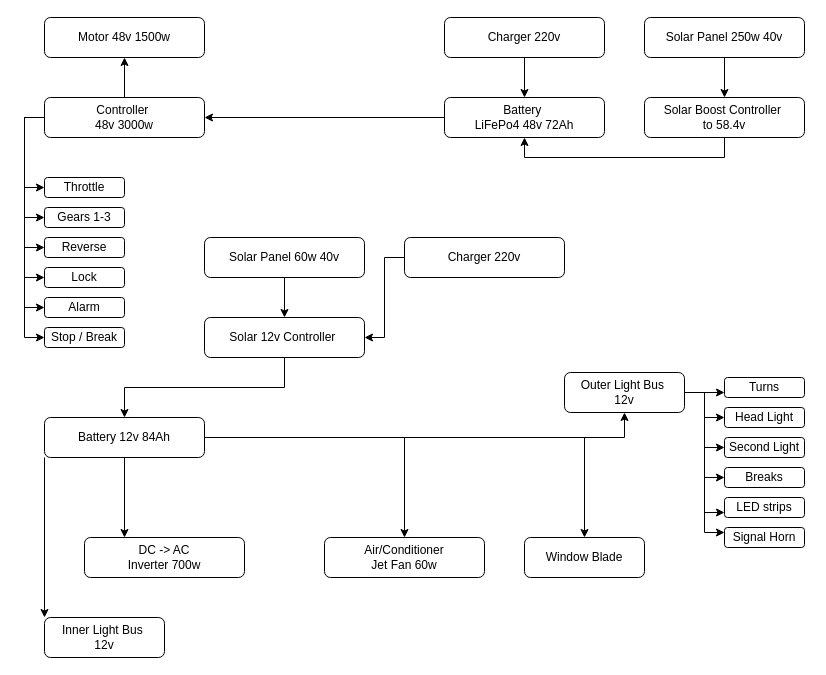
Before: ev-controller-scheme.drawio in diviatrix/electric-vehicle-schemes, a draw.io diagram. Source tidied: cells renumbered, new cells numbered last; positions are measured from the earlier drawing's top-left corner, leaving out a move shared by most shapes. Both pictures are drawn from the tidied source at 100%, with x=0, y=0 at pixel (44, 17).
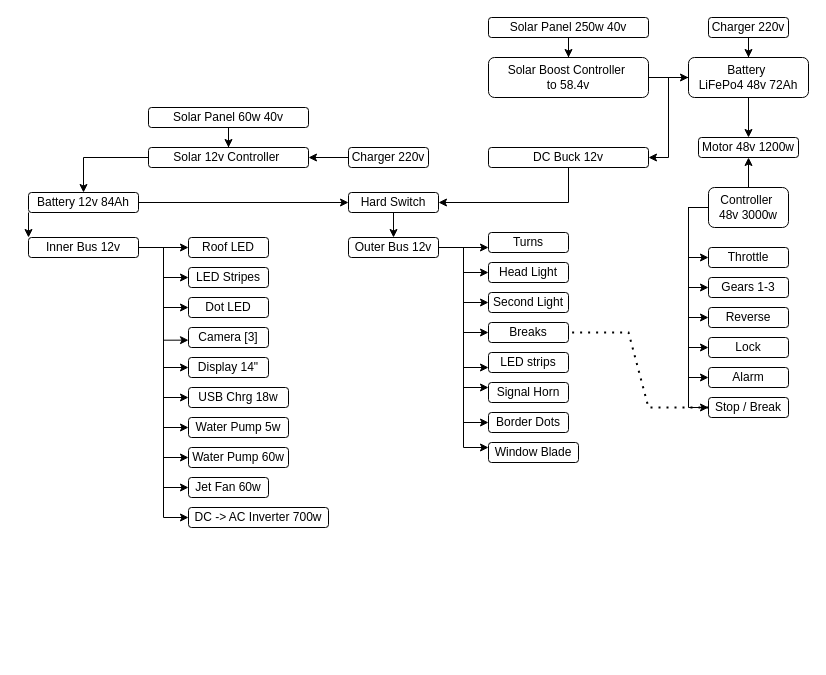
The same diagram, later.

The edit, as a diff of the source:
```diff
@@
-    <mxCell id="2" style="edgeStyle=orthogonalEdgeStyle;rounded=0;jettySize=auto;html=1;entryX=1;entryY=0.5;entryDx=0;entryDy=0;" parent="1" edge="1" source="3" target="11">
-      <mxGeometry relative="1" as="geometry" />
-    </mxCell>
+    <mxCell id="54" style="edgeStyle=orthogonalEdgeStyle;rounded=0;jettySize=auto;html=1;entryX=0.5;entryY=0;entryDx=0;entryDy=0;" parent="1" edge="1" source="3" target="39">
+      <mxGeometry relative="1" as="geometry" />
+    </mxCell>
+    <mxCell id="55" style="edgeStyle=orthogonalEdgeStyle;rounded=0;jettySize=auto;html=1;entryX=1;entryY=0.5;entryDx=0;entryDy=0;" parent="1" edge="1" source="3" target="80">
+      <mxGeometry relative="1" as="geometry" />
+    </mxCell>
     <mxCell id="3" value="&lt;div&gt;Battery&amp;nbsp;&lt;/div&gt;&lt;div&gt;&lt;span style=&quot;background-color: transparent; color: light-dark(rgb(0, 0, 0), rgb(255, 255, 255));&quot;&gt;LiFePo4 48v&amp;nbsp;&lt;/span&gt;&lt;span style=&quot;background-color: transparent; color: light-dark(rgb(0, 0, 0), rgb(255, 255, 255));&quot;&gt;72Ah&lt;/span&gt;&lt;/div&gt;" style="rounded=1;whiteSpace=wrap;html=1;" parent="1" vertex="1">
-      <mxGeometry x="400" y="80" width="160" height="40" as="geometry" />
+      <mxGeometry x="644" y="40" width="120" height="40" as="geometry" />
     </mxCell>
-    <mxCell id="4" style="edgeStyle=orthogonalEdgeStyle;rounded=0;jettySize=auto;html=1;exitX=0.5;exitY=0;exitDx=0;exitDy=0;entryX=0.5;entryY=1;entryDx=0;entryDy=0;" parent="1" edge="1" source="11" target="39">
-      <mxGeometry relative="1" as="geometry" />
-    </mxCell>
@@
+    <mxCell id="4" style="edgeStyle=orthogonalEdgeStyle;rounded=0;jettySize=auto;html=1;entryX=0.5;entryY=1;entryDx=0;entryDy=0;" parent="1" edge="1" source="11" target="39">
+      <mxGeometry relative="1" as="geometry" />
+    </mxCell>
     <mxCell id="11" value="&lt;div&gt;&lt;span style=&quot;background-color: transparent; color: light-dark(rgb(0, 0, 0), rgb(255, 255, 255));&quot;&gt;Controller&amp;nbsp;&lt;/span&gt;&lt;/div&gt;&lt;div&gt;&lt;span style=&quot;background-color: transparent; color: light-dark(rgb(0, 0, 0), rgb(255, 255, 255));&quot;&gt;48v 3000w&lt;/span&gt;&lt;/div&gt;" style="rounded=1;whiteSpace=wrap;html=1;" parent="1" vertex="1">
-      <mxGeometry y="80" width="160" height="40" as="geometry" />
+      <mxGeometry x="664" y="170" width="80" height="40" as="geometry" />
     </mxCell>
-    <mxCell id="12" style="edgeStyle=orthogonalEdgeStyle;rounded=0;jettySize=auto;html=1;exitX=1;exitY=0.5;exitDx=0;exitDy=0;" parent="1" edge="1" source="17" target="19">
-      <mxGeometry relative="1" as="geometry" />
-    </mxCell>
-    <mxCell id="13" style="edgeStyle=orthogonalEdgeStyle;rounded=0;jettySize=auto;html=1;exitX=1;exitY=0.5;exitDx=0;exitDy=0;" parent="1" edge="1" source="17" target="28">
-      <mxGeometry relative="1" as="geometry" />
-    </mxCell>
-    <mxCell id="14" style="edgeStyle=orthogonalEdgeStyle;rounded=0;jettySize=auto;html=1;exitX=0.5;exitY=1;exitDx=0;exitDy=0;entryX=0.25;entryY=0;entryDx=0;entryDy=0;" parent="1" edge="1" source="17" target="18">
-      <mxGeometry relative="1" as="geometry" />
-    </mxCell>
@@
-    <mxCell id="16" style="edgeStyle=orthogonalEdgeStyle;rounded=0;jettySize=auto;html=1;entryX=0.5;entryY=1;entryDx=0;entryDy=0;" parent="1" edge="1" source="17" target="26">
-      <mxGeometry relative="1" as="geometry" />
-    </mxCell>
+    <mxCell id="56" style="edgeStyle=orthogonalEdgeStyle;rounded=0;jettySize=auto;html=1;" parent="1" edge="1" source="82" target="26">
+      <mxGeometry relative="1" as="geometry" />
+    </mxCell>
     <mxCell id="17" value="&lt;div&gt;Battery&amp;nbsp;&lt;span style=&quot;background-color: transparent; color: light-dark(rgb(0, 0, 0), rgb(255, 255, 255));&quot;&gt;12v 84&lt;/span&gt;&lt;span style=&quot;background-color: transparent; color: light-dark(rgb(0, 0, 0), rgb(255, 255, 255));&quot;&gt;Ah&lt;/span&gt;&lt;/div&gt;" style="rounded=1;whiteSpace=wrap;html=1;" parent="1" vertex="1">
-      <mxGeometry y="400" width="160" height="40" as="geometry" />
+      <mxGeometry x="-16" y="175" width="110" height="20" as="geometry" />
     </mxCell>
-    <mxCell id="18" value="DC -&amp;gt; AC&lt;div&gt;Inverter 700w&lt;/div&gt;" style="rounded=1;whiteSpace=wrap;html=1;" parent="1" vertex="1">
-      <mxGeometry x="40" y="520" width="160" height="40" as="geometry" />
+    <mxCell id="18" value="DC -&amp;gt; AC&amp;nbsp;&lt;span style=&quot;background-color: transparent; color: light-dark(rgb(0, 0, 0), rgb(255, 255, 255));&quot;&gt;Inverter 700w&lt;/span&gt;" style="rounded=1;whiteSpace=wrap;html=1;" parent="1" vertex="1">
+      <mxGeometry x="144" y="490" width="140" height="20" as="geometry" />
     </mxCell>
-    <mxCell id="19" value="Air/Conditioner&lt;div&gt;Jet Fan 60w&lt;/div&gt;" style="rounded=1;whiteSpace=wrap;html=1;" parent="1" vertex="1">
-      <mxGeometry x="280" y="520" width="160" height="40" as="geometry" />
+    <mxCell id="19" value="&lt;div&gt;Jet Fan 60w&lt;/div&gt;" style="rounded=1;whiteSpace=wrap;html=1;" parent="1" vertex="1">
+      <mxGeometry x="144" y="460" width="80" height="20" as="geometry" />
     </mxCell>
@@
+    <mxCell id="57" style="edgeStyle=orthogonalEdgeStyle;rounded=0;jettySize=auto;html=1;entryX=0;entryY=0.5;entryDx=0;entryDy=0;" parent="1" edge="1" source="26" target="74">
+      <mxGeometry relative="1" as="geometry" />
+    </mxCell>
+    <mxCell id="58" style="edgeStyle=orthogonalEdgeStyle;rounded=0;jettySize=auto;html=1;entryX=0;entryY=0.25;entryDx=0;entryDy=0;" parent="1" edge="1" source="26" target="28">
+      <mxGeometry relative="1" as="geometry" />
+    </mxCell>
-    <mxCell id="26" value="Outer Light Bus&amp;nbsp;&lt;div&gt;12v&lt;/div&gt;" style="rounded=1;whiteSpace=wrap;html=1;" parent="1" vertex="1">
-      <mxGeometry x="520" y="355" width="120" height="40" as="geometry" />
+    <mxCell id="26" value="Outer Bus&amp;nbsp;&lt;span style=&quot;background-color: transparent; color: light-dark(rgb(0, 0, 0), rgb(255, 255, 255));&quot;&gt;12v&lt;/span&gt;" style="rounded=1;whiteSpace=wrap;html=1;" parent="1" vertex="1">
+      <mxGeometry x="304" y="220" width="90" height="20" as="geometry" />
     </mxCell>
+    <mxCell id="59" style="edgeStyle=orthogonalEdgeStyle;rounded=0;jettySize=auto;html=1;entryX=0;entryY=0.5;entryDx=0;entryDy=0;" parent="1" edge="1" source="27" target="68">
+      <mxGeometry relative="1" as="geometry" />
+    </mxCell>
+    <mxCell id="60" style="edgeStyle=orthogonalEdgeStyle;rounded=0;jettySize=auto;html=1;entryX=0;entryY=0.5;entryDx=0;entryDy=0;" parent="1" edge="1" source="27" target="70">
+      <mxGeometry relative="1" as="geometry" />
+    </mxCell>
+    <mxCell id="61" style="edgeStyle=orthogonalEdgeStyle;rounded=0;jettySize=auto;html=1;entryX=0;entryY=0.5;entryDx=0;entryDy=0;" parent="1" edge="1" source="27" target="72">
+      <mxGeometry relative="1" as="geometry" />
+    </mxCell>
+    <mxCell id="62" style="edgeStyle=orthogonalEdgeStyle;rounded=0;jettySize=auto;html=1;entryX=0;entryY=0.5;entryDx=0;entryDy=0;" parent="1" edge="1" source="27" target="73">
+      <mxGeometry relative="1" as="geometry" />
+    </mxCell>
+    <mxCell id="63" style="edgeStyle=orthogonalEdgeStyle;rounded=0;jettySize=auto;html=1;entryX=0;entryY=0.5;entryDx=0;entryDy=0;" parent="1" edge="1" source="27" target="76">
+      <mxGeometry relative="1" as="geometry" />
+    </mxCell>
+    <mxCell id="64" style="edgeStyle=orthogonalEdgeStyle;rounded=0;jettySize=auto;html=1;entryX=0;entryY=0.5;entryDx=0;entryDy=0;" parent="1" edge="1" source="27" target="77">
+      <mxGeometry relative="1" as="geometry" />
+    </mxCell>
+    <mxCell id="65" style="edgeStyle=orthogonalEdgeStyle;rounded=0;jettySize=auto;html=1;entryX=0;entryY=0.5;entryDx=0;entryDy=0;" parent="1" edge="1" source="27" target="18">
+      <mxGeometry relative="1" as="geometry" />
+    </mxCell>
+    <mxCell id="66" style="edgeStyle=orthogonalEdgeStyle;rounded=0;jettySize=auto;html=1;entryX=0;entryY=0.5;entryDx=0;entryDy=0;" parent="1" edge="1" source="27" target="19">
+      <mxGeometry relative="1" as="geometry" />
+    </mxCell>
+    <mxCell id="67" style="edgeStyle=orthogonalEdgeStyle;rounded=0;jettySize=auto;html=1;entryX=0;entryY=0.5;entryDx=0;entryDy=0;" parent="1" edge="1" source="27" target="69">
+      <mxGeometry relative="1" as="geometry" />
+    </mxCell>
-    <mxCell id="27" value="Inner Light Bus&amp;nbsp;&lt;div&gt;12v&lt;/div&gt;" style="rounded=1;whiteSpace=wrap;html=1;" parent="1" vertex="1">
-      <mxGeometry y="600" width="120" height="40" as="geometry" />
+    <mxCell id="27" value="Inner Bus&amp;nbsp;&lt;span style=&quot;background-color: transparent; color: light-dark(rgb(0, 0, 0), rgb(255, 255, 255));&quot;&gt;12v&lt;/span&gt;" style="rounded=1;whiteSpace=wrap;html=1;" parent="1" vertex="1">
+      <mxGeometry x="-16" y="220" width="110" height="20" as="geometry" />
     </mxCell>
     <mxCell id="28" value="Window Blade" style="rounded=1;whiteSpace=wrap;html=1;" parent="1" vertex="1">
-      <mxGeometry x="480" y="520" width="120" height="40" as="geometry" />
+      <mxGeometry x="444" y="425" width="90" height="20" as="geometry" />
     </mxCell>
     <mxCell id="29" value="Signal Horn" style="rounded=1;whiteSpace=wrap;html=1;" parent="1" vertex="1">
-      <mxGeometry x="680" y="510" width="80" height="20" as="geometry" />
+      <mxGeometry x="444" y="365" width="80" height="20" as="geometry" />
     </mxCell>
     <mxCell id="30" value="&lt;div&gt;Throttle&lt;/div&gt;" style="rounded=1;whiteSpace=wrap;html=1;" parent="1" vertex="1">
-      <mxGeometry y="160" width="80" height="20" as="geometry" />
+      <mxGeometry x="664" y="230" width="80" height="20" as="geometry" />
     </mxCell>
-    <mxCell id="31" style="edgeStyle=orthogonalEdgeStyle;rounded=0;jettySize=auto;html=1;exitX=0.5;exitY=1;exitDx=0;exitDy=0;entryX=0.5;entryY=0;entryDx=0;entryDy=0;" parent="1" edge="1" source="32" target="3">
+    <mxCell id="31" style="edgeStyle=orthogonalEdgeStyle;rounded=0;jettySize=auto;html=1;entryX=0.5;entryY=0;entryDx=0;entryDy=0;" parent="1" edge="1" source="32" target="3">
       <mxGeometry relative="1" as="geometry" />
     </mxCell>
     <mxCell id="32" value="&lt;div&gt;Charger 220v&lt;/div&gt;" style="rounded=1;whiteSpace=wrap;html=1;" parent="1" vertex="1">
-      <mxGeometry x="400" width="160" height="40" as="geometry" />
+      <mxGeometry x="664" width="80" height="20" as="geometry" />
     </mxCell>
     <mxCell id="33" value="Gears 1-3" style="rounded=1;whiteSpace=wrap;html=1;" parent="1" vertex="1">
-      <mxGeometry y="190" width="80" height="20" as="geometry" />
+      <mxGeometry x="664" y="260" width="80" height="20" as="geometry" />
     </mxCell>
     <mxCell id="34" value="&lt;div&gt;Reverse&lt;/div&gt;" style="rounded=1;whiteSpace=wrap;html=1;" parent="1" vertex="1">
-      <mxGeometry y="220" width="80" height="20" as="geometry" />
+      <mxGeometry x="664" y="290" width="80" height="20" as="geometry" />
     </mxCell>
@@
     <mxCell id="36" value="&lt;div&gt;Solar Panel 250w 40v&lt;/div&gt;" style="rounded=1;whiteSpace=wrap;html=1;" parent="1" vertex="1">
-      <mxGeometry x="600" width="160" height="40" as="geometry" />
+      <mxGeometry x="444" width="160" height="20" as="geometry" />
     </mxCell>
-    <mxCell id="37" style="edgeStyle=orthogonalEdgeStyle;rounded=0;jettySize=auto;html=1;entryX=0.5;entryY=1;entryDx=0;entryDy=0;exitX=0.5;exitY=1;exitDx=0;exitDy=0;" parent="1" edge="1" source="38" target="3">
+    <mxCell id="37" style="edgeStyle=orthogonalEdgeStyle;rounded=0;jettySize=auto;html=1;entryX=0;entryY=0.5;entryDx=0;entryDy=0;" parent="1" edge="1" source="38" target="3">
       <mxGeometry relative="1" as="geometry" />
     </mxCell>
     <mxCell id="38" value="&lt;div&gt;Solar Boost Controller&amp;nbsp;&lt;/div&gt;&lt;div&gt;to 58.4v&lt;/div&gt;" style="rounded=1;whiteSpace=wrap;html=1;" parent="1" vertex="1">
-      <mxGeometry x="600" y="80" width="160" height="40" as="geometry" />
+      <mxGeometry x="444" y="40" width="160" height="40" as="geometry" />
     </mxCell>
-    <mxCell id="39" value="&lt;div&gt;&lt;span style=&quot;background-color: transparent; color: light-dark(rgb(0, 0, 0), rgb(255, 255, 255));&quot;&gt;Motor 48v 1500&lt;/span&gt;&lt;span style=&quot;background-color: transparent; color: light-dark(rgb(0, 0, 0), rgb(255, 255, 255));&quot;&gt;w&lt;/span&gt;&lt;/div&gt;" style="rounded=1;whiteSpace=wrap;html=1;" parent="1" vertex="1">
-      <mxGeometry width="160" height="40" as="geometry" />
+    <mxCell id="39" value="&lt;div&gt;&lt;span style=&quot;background-color: transparent; color: light-dark(rgb(0, 0, 0), rgb(255, 255, 255));&quot;&gt;Motor 48v 1200&lt;/span&gt;&lt;span style=&quot;background-color: transparent; color: light-dark(rgb(0, 0, 0), rgb(255, 255, 255));&quot;&gt;w&lt;/span&gt;&lt;/div&gt;" style="rounded=1;whiteSpace=wrap;html=1;" parent="1" vertex="1">
+      <mxGeometry x="654" y="120" width="100" height="20" as="geometry" />
     </mxCell>
     <mxCell id="40" value="&lt;div&gt;Lock&lt;/div&gt;" style="rounded=1;whiteSpace=wrap;html=1;" parent="1" vertex="1">
-      <mxGeometry y="250" width="80" height="20" as="geometry" />
+      <mxGeometry x="664" y="320" width="80" height="20" as="geometry" />
     </mxCell>
     <mxCell id="41" value="&lt;div&gt;Alarm&lt;/div&gt;" style="rounded=1;whiteSpace=wrap;html=1;" parent="1" vertex="1">
-      <mxGeometry y="280" width="80" height="20" as="geometry" />
+      <mxGeometry x="664" y="350" width="80" height="20" as="geometry" />
     </mxCell>
     <mxCell id="42" value="&lt;div&gt;Stop / Break&lt;/div&gt;" style="rounded=1;whiteSpace=wrap;html=1;" parent="1" vertex="1">
-      <mxGeometry y="310" width="80" height="20" as="geometry" />
+      <mxGeometry x="664" y="380" width="80" height="20" as="geometry" />
     </mxCell>
     <mxCell id="43" value="Turns" style="rounded=1;whiteSpace=wrap;html=1;" parent="1" vertex="1">
-      <mxGeometry x="680" y="360" width="80" height="20" as="geometry" />
+      <mxGeometry x="444" y="215" width="80" height="20" as="geometry" />
     </mxCell>
     <mxCell id="44" value="Head Light" style="rounded=1;whiteSpace=wrap;html=1;" parent="1" vertex="1">
-      <mxGeometry x="680" y="390" width="80" height="20" as="geometry" />
+      <mxGeometry x="444" y="245" width="80" height="20" as="geometry" />
     </mxCell>
     <mxCell id="45" value="Second Light" style="rounded=1;whiteSpace=wrap;html=1;" parent="1" vertex="1">
-      <mxGeometry x="680" y="420" width="80" height="20" as="geometry" />
+      <mxGeometry x="444" y="275" width="80" height="20" as="geometry" />
     </mxCell>
     <mxCell id="46" value="Breaks" style="rounded=1;whiteSpace=wrap;html=1;" parent="1" vertex="1">
-      <mxGeometry x="680" y="450" width="80" height="20" as="geometry" />
+      <mxGeometry x="444" y="305" width="80" height="20" as="geometry" />
     </mxCell>
     <mxCell id="47" value="LED strips" style="rounded=1;whiteSpace=wrap;html=1;" parent="1" vertex="1">
-      <mxGeometry x="680" y="480" width="80" height="20" as="geometry" />
+      <mxGeometry x="444" y="335" width="80" height="20" as="geometry" />
     </mxCell>
@@
     <mxCell id="49" value="&lt;div&gt;Solar Panel 60w 40v&lt;/div&gt;" style="rounded=1;whiteSpace=wrap;html=1;" parent="1" vertex="1">
-      <mxGeometry x="160" y="220" width="160" height="40" as="geometry" />
+      <mxGeometry x="104" y="90" width="160" height="20" as="geometry" />
     </mxCell>
-    <mxCell id="50" style="edgeStyle=orthogonalEdgeStyle;rounded=0;jettySize=auto;html=1;" parent="1" edge="1" source="51" target="17">
+    <mxCell id="50" style="edgeStyle=orthogonalEdgeStyle;rounded=0;jettySize=auto;html=1;entryX=0.5;entryY=0;entryDx=0;entryDy=0;" parent="1" edge="1" source="51" target="17">
       <mxGeometry relative="1" as="geometry" />
     </mxCell>
     <mxCell id="51" value="&lt;div&gt;Solar 12v Controller&amp;nbsp;&lt;/div&gt;" style="rounded=1;whiteSpace=wrap;html=1;" parent="1" vertex="1">
-      <mxGeometry x="160" y="300" width="160" height="40" as="geometry" />
+      <mxGeometry x="104" y="130" width="160" height="20" as="geometry" />
     </mxCell>
@@
     <mxCell id="53" value="&lt;div&gt;Charger 220v&lt;/div&gt;" style="rounded=1;whiteSpace=wrap;html=1;" parent="1" vertex="1">
-      <mxGeometry x="360" y="220" width="160" height="40" as="geometry" />
+      <mxGeometry x="304" y="130" width="80" height="20" as="geometry" />
     </mxCell>
+    <mxCell id="68" value="Roof LED" style="rounded=1;whiteSpace=wrap;html=1;" parent="1" vertex="1">
+      <mxGeometry x="144" y="220" width="80" height="20" as="geometry" />
+    </mxCell>
+    <mxCell id="69" value="LED Stripes" style="rounded=1;whiteSpace=wrap;html=1;" parent="1" vertex="1">
+      <mxGeometry x="144" y="250" width="80" height="20" as="geometry" />
+    </mxCell>
+    <mxCell id="70" value="Dot LED" style="rounded=1;whiteSpace=wrap;html=1;" parent="1" vertex="1">
+      <mxGeometry x="144" y="280" width="80" height="20" as="geometry" />
+    </mxCell>
+    <mxCell id="71" value="Camera [3]" style="rounded=1;whiteSpace=wrap;html=1;" parent="1" vertex="1">
+      <mxGeometry x="144" y="310" width="80" height="20" as="geometry" />
+    </mxCell>
+    <mxCell id="72" value="Display 14&quot;" style="rounded=1;whiteSpace=wrap;html=1;" parent="1" vertex="1">
+      <mxGeometry x="144" y="340" width="80" height="20" as="geometry" />
+    </mxCell>
+    <mxCell id="73" value="USB Chrg 18w" style="rounded=1;whiteSpace=wrap;html=1;" parent="1" vertex="1">
+      <mxGeometry x="144" y="370" width="100" height="20" as="geometry" />
+    </mxCell>
+    <mxCell id="74" value="Border Dots" style="rounded=1;whiteSpace=wrap;html=1;" parent="1" vertex="1">
+      <mxGeometry x="444" y="395" width="80" height="20" as="geometry" />
+    </mxCell>
+    <mxCell id="75" style="edgeStyle=orthogonalEdgeStyle;rounded=0;jettySize=auto;html=1;entryX=0;entryY=0.633;entryDx=0;entryDy=0;entryPerimeter=0;" parent="1" edge="1" source="27" target="71">
+      <mxGeometry relative="1" as="geometry" />
+    </mxCell>
+    <mxCell id="76" value="Water Pump 5w" style="rounded=1;whiteSpace=wrap;html=1;" parent="1" vertex="1">
+      <mxGeometry x="144" y="400" width="100" height="20" as="geometry" />
+    </mxCell>
+    <mxCell id="77" value="Water Pump 60w" style="rounded=1;whiteSpace=wrap;html=1;" parent="1" vertex="1">
+      <mxGeometry x="144" y="430" width="100" height="20" as="geometry" />
+    </mxCell>
+    <mxCell id="78" style="endArrow=none;dashed=1;html=1;dashPattern=1 3;strokeWidth=2;rounded=0;entryX=1;entryY=0.5;entryDx=0;entryDy=0;exitX=0;exitY=0.5;exitDx=0;exitDy=0;" parent="1" edge="1" source="42" target="46">
+      <mxGeometry relative="1" as="geometry">
+        <Array as="points">
+          <mxPoint x="604" y="390" />
+          <mxPoint x="584" y="315" />
+        </Array>
+      </mxGeometry>
+    </mxCell>
+    <mxCell id="79" style="edgeStyle=orthogonalEdgeStyle;rounded=0;jettySize=auto;html=1;entryX=1;entryY=0.5;entryDx=0;entryDy=0;exitX=0.5;exitY=1;exitDx=0;exitDy=0;" parent="1" edge="1" source="80" target="82">
+      <mxGeometry relative="1" as="geometry" />
+    </mxCell>
+    <mxCell id="80" value="&lt;div&gt;DC Buck 12v&lt;/div&gt;" style="rounded=1;whiteSpace=wrap;html=1;" parent="1" vertex="1">
+      <mxGeometry x="444" y="130" width="160" height="20" as="geometry" />
+    </mxCell>
+    <mxCell id="81" style="edgeStyle=orthogonalEdgeStyle;rounded=0;jettySize=auto;html=1;" parent="1" edge="1" source="17" target="82">
+      <mxGeometry relative="1" as="geometry" />
+    </mxCell>
+    <mxCell id="82" value="Hard Switch" style="rounded=1;whiteSpace=wrap;html=1;" parent="1" vertex="1">
+      <mxGeometry x="304" y="175" width="90" height="20" as="geometry" />
+    </mxCell>
```
